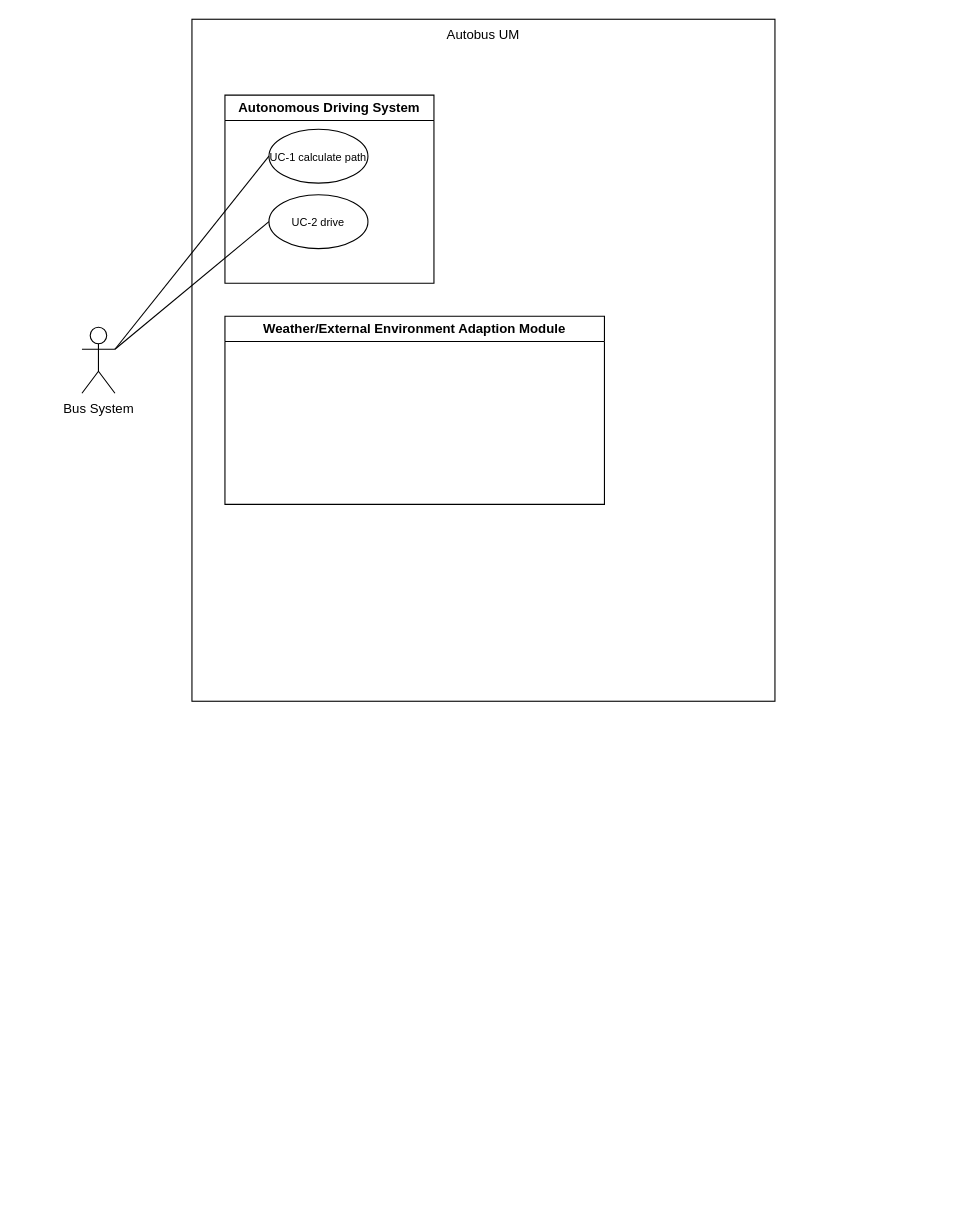
Above: UCDwia2002project.drawio in justn0thinghere/drawio (draw.io), before the change. Source tidied: cells renumbered, new cells numbered last; positions are measured from the earlier drawing's top-left corner, leaving out a move shared by most shapes. Both pictures are drawn from the tidied source at 110%, with x=0, y=0 at pixel (81, 19).
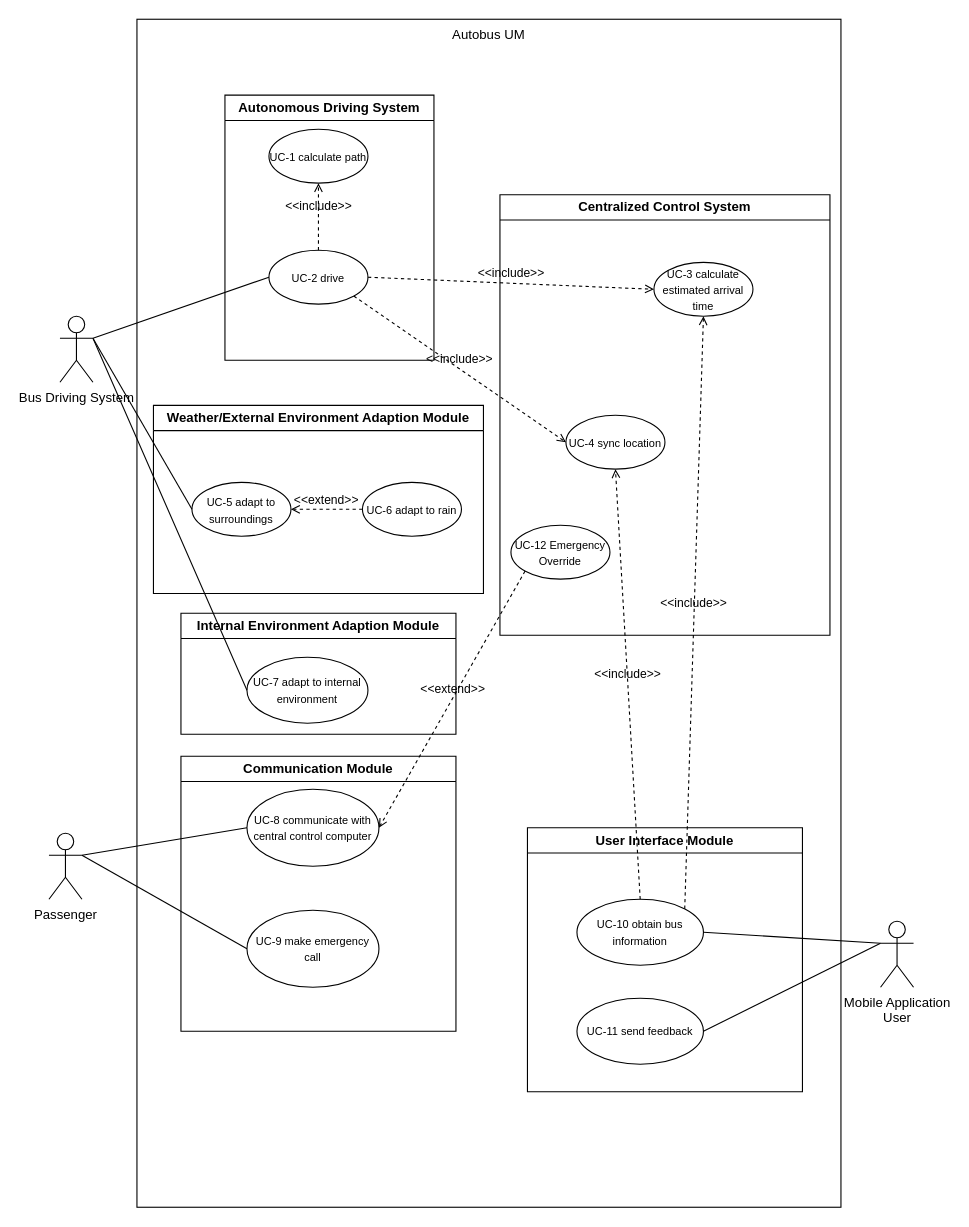
After the change.

The change refers to these unchanged cells:
```xml
<mxCell id="5" value="&lt;font style=&quot;font-size: 10px;&quot;&gt;UC-1 calculate path&lt;/font&gt;" style="ellipse;whiteSpace=wrap;html=1;" parent="4" vertex="1">
  <mxGeometry x="40" y="31" width="90" height="49" as="geometry" />
</mxCell>
```

Diff of the diagram source:
```diff
@@
-    <mxCell id="2" value="Bus System" style="shape=umlActor;verticalLabelPosition=bottom;verticalAlign=top;html=1;outlineConnect=0;" parent="1" vertex="1">
-      <mxGeometry y="280" width="30" height="60" as="geometry" />
+    <mxCell id="2" value="Bus Driving System" style="shape=umlActor;verticalLabelPosition=bottom;verticalAlign=top;html=1;outlineConnect=0;" parent="1" vertex="1">
+      <mxGeometry x="-20" y="270" width="30" height="60" as="geometry" />
     </mxCell>
     <mxCell id="3" value="Autobus UM" style="rounded=0;whiteSpace=wrap;html=1;align=center;horizontal=1;verticalAlign=top;" parent="1" vertex="1">
-      <mxGeometry x="100" width="530" height="620" as="geometry" />
+      <mxGeometry x="50" width="640" height="1080" as="geometry" />
     </mxCell>
     <mxCell id="4" value="Autonomous Driving System" style="swimlane;whiteSpace=wrap;html=1;" parent="1" vertex="1">
-      <mxGeometry x="130" y="69" width="190" height="171" as="geometry" />
+      <mxGeometry x="130" y="69" width="190" height="241" as="geometry" />
     </mxCell>
@@
-    <mxCell id="6" value="&lt;font style=&quot;font-size: 10px;&quot;&gt;UC-2 drive&lt;/font&gt;" style="ellipse;whiteSpace=wrap;html=1;" parent="1" vertex="1">
-      <mxGeometry x="170" y="159.5" width="90" height="49" as="geometry" />
+    <mxCell id="6" value="&lt;font style=&quot;font-size: 10px;&quot;&gt;UC-2 drive&lt;/font&gt;" style="ellipse;whiteSpace=wrap;html=1;" parent="4" vertex="1">
+      <mxGeometry x="40" y="141" width="90" height="49" as="geometry" />
     </mxCell>
-    <mxCell id="7" style="endArrow=none;html=1;rounded=0;exitX=1;exitY=0.3333333333333333;exitDx=0;exitDy=0;exitPerimeter=0;entryX=0;entryY=0.5;entryDx=0;entryDy=0;" parent="1" edge="1" source="2" target="5">
-      <mxGeometry relative="1" as="geometry" />
-    </mxCell>
+    <mxCell id="10" value="&amp;lt;&amp;lt;include&amp;gt;&amp;gt;" style="html=1;verticalAlign=bottom;labelBackgroundColor=none;endArrow=open;endFill=0;dashed=1;rounded=0;exitX=0.5;exitY=0;exitDx=0;exitDy=0;entryX=0.5;entryY=1;entryDx=0;entryDy=0;" parent="4" edge="1" source="6" target="5">
+      <mxGeometry relative="1" as="geometry" />
+    </mxCell>
@@
     <mxCell id="9" value="Weather/External Environment Adaption Module" style="swimlane;whiteSpace=wrap;html=1;" parent="1" vertex="1">
-      <mxGeometry x="130" y="270" width="345" height="171" as="geometry" />
+      <mxGeometry x="65" y="351" width="300" height="171" as="geometry" />
     </mxCell>
+    <mxCell id="11" value="&lt;font style=&quot;font-size: 10px;&quot;&gt;UC-6 adapt to rain&lt;/font&gt;" style="ellipse;whiteSpace=wrap;html=1;" parent="9" vertex="1">
+      <mxGeometry x="190" y="70" width="90" height="49" as="geometry" />
+    </mxCell>
+    <mxCell id="12" value="&lt;font style=&quot;font-size: 10px;&quot;&gt;UC-5 adapt to surroundings&lt;/font&gt;" style="ellipse;whiteSpace=wrap;html=1;" parent="9" vertex="1">
+      <mxGeometry x="35" y="70" width="90" height="49" as="geometry" />
+    </mxCell>
+    <mxCell id="13" value="&amp;lt;&amp;lt;extend&amp;gt;&amp;gt;" style="html=1;verticalAlign=bottom;labelBackgroundColor=none;endArrow=open;endFill=0;dashed=1;rounded=0;exitX=0;exitY=0.5;exitDx=0;exitDy=0;entryX=1;entryY=0.5;entryDx=0;entryDy=0;" parent="9" edge="1" source="11" target="12">
+      <mxGeometry relative="1" as="geometry" />
+    </mxCell>
+    <mxCell id="14" value="Centralized Control System" style="swimlane;whiteSpace=wrap;html=1;" parent="1" vertex="1">
+      <mxGeometry x="380" y="159.5" width="300" height="400.5" as="geometry" />
+    </mxCell>
+    <mxCell id="15" value="&lt;font style=&quot;font-size: 10px;&quot;&gt;UC-3 calculate estimated arrival time&lt;/font&gt;" style="ellipse;whiteSpace=wrap;html=1;" parent="14" vertex="1">
+      <mxGeometry x="140" y="61.5" width="90" height="49" as="geometry" />
+    </mxCell>
+    <mxCell id="16" value="&lt;font style=&quot;font-size: 10px;&quot;&gt;UC-4 sync location&lt;/font&gt;" style="ellipse;whiteSpace=wrap;html=1;" parent="1" vertex="1">
+      <mxGeometry x="440" y="360" width="90" height="49" as="geometry" />
+    </mxCell>
+    <mxCell id="17" value="&amp;lt;&amp;lt;include&amp;gt;&amp;gt;" style="html=1;verticalAlign=bottom;labelBackgroundColor=none;endArrow=open;endFill=0;dashed=1;rounded=0;exitX=1;exitY=0.5;exitDx=0;exitDy=0;entryX=0;entryY=0.5;entryDx=0;entryDy=0;" parent="1" edge="1" source="6" target="15">
+      <mxGeometry relative="1" as="geometry" />
+    </mxCell>
+    <mxCell id="18" value="&amp;lt;&amp;lt;include&amp;gt;&amp;gt;" style="html=1;verticalAlign=bottom;labelBackgroundColor=none;endArrow=open;endFill=0;dashed=1;rounded=0;entryX=0;entryY=0.5;entryDx=0;entryDy=0;exitX=1;exitY=1;exitDx=0;exitDy=0;" parent="1" edge="1" source="6" target="16">
+      <mxGeometry relative="1" as="geometry" />
+    </mxCell>
+    <mxCell id="19" style="endArrow=none;html=1;rounded=0;entryX=0;entryY=0.5;entryDx=0;entryDy=0;" parent="1" edge="1" target="12">
+      <mxGeometry relative="1" as="geometry">
+        <mxPoint x="10" y="290" as="sourcePoint" />
+      </mxGeometry>
+    </mxCell>
+    <mxCell id="20" value="Internal Environment Adaption Module" style="swimlane;whiteSpace=wrap;html=1;" parent="1" vertex="1">
+      <mxGeometry x="90" y="540" width="250" height="110" as="geometry" />
+    </mxCell>
+    <mxCell id="21" value="&lt;font style=&quot;font-size: 10px;&quot;&gt;UC-7 adapt to internal environment&lt;/font&gt;" style="ellipse;whiteSpace=wrap;html=1;" parent="20" vertex="1">
+      <mxGeometry x="60" y="40" width="110" height="60" as="geometry" />
+    </mxCell>
+    <mxCell id="22" value="Communication Module" style="swimlane;whiteSpace=wrap;html=1;" parent="1" vertex="1">
+      <mxGeometry x="90" y="670" width="250" height="250" as="geometry" />
+    </mxCell>
+    <mxCell id="23" value="Passenger" style="shape=umlActor;verticalLabelPosition=bottom;verticalAlign=top;html=1;outlineConnect=0;" parent="1" vertex="1">
+      <mxGeometry x="-30" y="740" width="30" height="60" as="geometry" />
+    </mxCell>
+    <mxCell id="24" value="&lt;font style=&quot;font-size: 10px;&quot;&gt;UC-8 communicate with central control computer&lt;/font&gt;" style="ellipse;whiteSpace=wrap;html=1;" parent="1" vertex="1">
+      <mxGeometry x="150" y="700" width="120" height="70" as="geometry" />
+    </mxCell>
+    <mxCell id="25" value="&lt;font style=&quot;font-size: 10px;&quot;&gt;UC-9 make emergency call&lt;/font&gt;" style="ellipse;whiteSpace=wrap;html=1;" parent="1" vertex="1">
+      <mxGeometry x="150" y="810" width="120" height="70" as="geometry" />
+    </mxCell>
+    <mxCell id="26" value="User Interface Module" style="swimlane;whiteSpace=wrap;html=1;" parent="1" vertex="1">
+      <mxGeometry x="405" y="735" width="250" height="240" as="geometry" />
+    </mxCell>
+    <mxCell id="27" value="&lt;span style=&quot;font-size: 10px;&quot;&gt;UC-11 send feedback&lt;/span&gt;" style="ellipse;whiteSpace=wrap;html=1;" parent="26" vertex="1">
+      <mxGeometry x="45" y="155" width="115" height="60" as="geometry" />
+    </mxCell>
+    <mxCell id="28" value="&lt;span style=&quot;font-size: 10px;&quot;&gt;UC-10 obtain bus information&lt;/span&gt;" style="ellipse;whiteSpace=wrap;html=1;" parent="1" vertex="1">
+      <mxGeometry x="450" y="800" width="115" height="60" as="geometry" />
+    </mxCell>
+    <mxCell id="29" value="&lt;font style=&quot;font-size: 10px;&quot;&gt;UC-12 Emergency Override&lt;/font&gt;" style="ellipse;whiteSpace=wrap;html=1;" parent="1" vertex="1">
+      <mxGeometry x="390" y="460" width="90" height="49" as="geometry" />
+    </mxCell>
+    <mxCell id="30" value="&amp;lt;&amp;lt;extend&amp;gt;&amp;gt;" style="html=1;verticalAlign=bottom;labelBackgroundColor=none;endArrow=open;endFill=0;dashed=1;rounded=0;exitX=0;exitY=1;exitDx=0;exitDy=0;entryX=1;entryY=0.5;entryDx=0;entryDy=0;" parent="1" edge="1" source="29" target="24">
+      <mxGeometry relative="1" as="geometry" />
+    </mxCell>
+    <mxCell id="31" value="&amp;lt;&amp;lt;include&amp;gt;&amp;gt;" style="html=1;verticalAlign=bottom;labelBackgroundColor=none;endArrow=open;endFill=0;dashed=1;rounded=0;entryX=0.5;entryY=1;entryDx=0;entryDy=0;exitX=0.5;exitY=0;exitDx=0;exitDy=0;" parent="1" edge="1" source="28" target="16">
+      <mxGeometry relative="1" as="geometry" />
+    </mxCell>
+    <mxCell id="32" style="endArrow=none;html=1;rounded=0;entryX=0;entryY=0.5;entryDx=0;entryDy=0;exitX=1;exitY=0.3333333333333333;exitDx=0;exitDy=0;exitPerimeter=0;" parent="1" edge="1" source="23" target="24">
+      <mxGeometry relative="1" as="geometry" />
+    </mxCell>
+    <mxCell id="33" style="endArrow=none;html=1;rounded=0;entryX=0;entryY=0.5;entryDx=0;entryDy=0;exitX=1;exitY=0.3333333333333333;exitDx=0;exitDy=0;exitPerimeter=0;" parent="1" edge="1" source="23" target="25">
+      <mxGeometry relative="1" as="geometry" />
+    </mxCell>
+    <mxCell id="34" value="Mobile Application&lt;div&gt;User&lt;/div&gt;" style="shape=umlActor;verticalLabelPosition=bottom;verticalAlign=top;html=1;outlineConnect=0;" parent="1" vertex="1">
+      <mxGeometry x="726" y="820" width="30" height="60" as="geometry" />
+    </mxCell>
+    <mxCell id="35" style="endArrow=none;html=1;rounded=0;entryX=0;entryY=0.3333333333333333;entryDx=0;entryDy=0;entryPerimeter=0;exitX=1;exitY=0.5;exitDx=0;exitDy=0;" parent="1" edge="1" source="28" target="34">
+      <mxGeometry relative="1" as="geometry" />
+    </mxCell>
+    <mxCell id="36" style="endArrow=none;html=1;rounded=0;entryX=0;entryY=0.3333333333333333;entryDx=0;entryDy=0;entryPerimeter=0;exitX=1;exitY=0.5;exitDx=0;exitDy=0;" parent="1" edge="1" source="27" target="34">
+      <mxGeometry relative="1" as="geometry" />
+    </mxCell>
+    <mxCell id="37" style="endArrow=none;html=1;rounded=0;entryX=1;entryY=0.3333333333333333;entryDx=0;entryDy=0;entryPerimeter=0;exitX=0;exitY=0.5;exitDx=0;exitDy=0;" parent="1" edge="1" source="21" target="2">
+      <mxGeometry relative="1" as="geometry" />
+    </mxCell>
+    <mxCell id="38" value="&amp;lt;&amp;lt;include&amp;gt;&amp;gt;" style="html=1;verticalAlign=bottom;labelBackgroundColor=none;endArrow=open;endFill=0;dashed=1;rounded=0;entryX=0.5;entryY=1;entryDx=0;entryDy=0;exitX=1;exitY=0;exitDx=0;exitDy=0;" parent="1" edge="1" source="28" target="15">
+      <mxGeometry relative="1" as="geometry" />
+    </mxCell>
```
